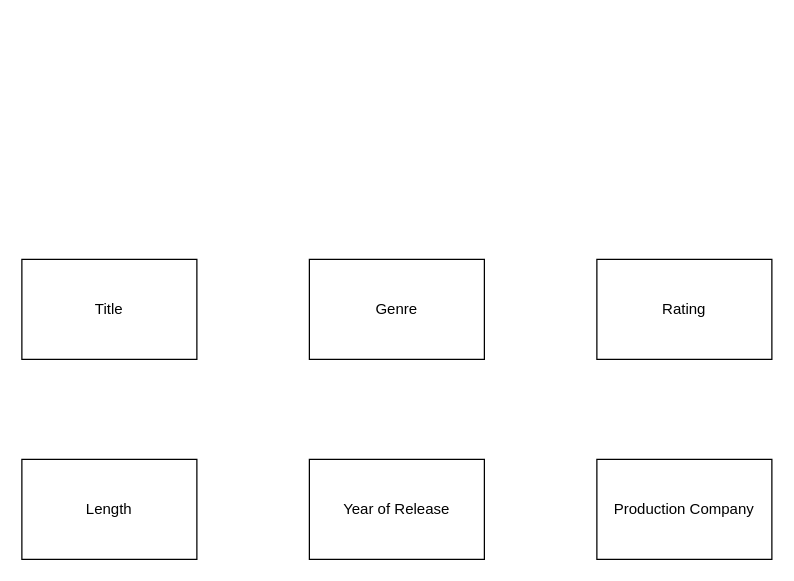
William-BC-CA/CPSC2221_ER_Modelling keeps this draw.io diagram as CPSC 2221 Lab 1.drawio. Above is the earlier version. Source tidied: cells renumbered, new cells numbered last; positions are measured from the earlier drawing's top-left corner, leaving out a move shared by most shapes. Both pictures are drawn from the tidied source at 125%, with x=0, y=0 at pixel (21, 259).
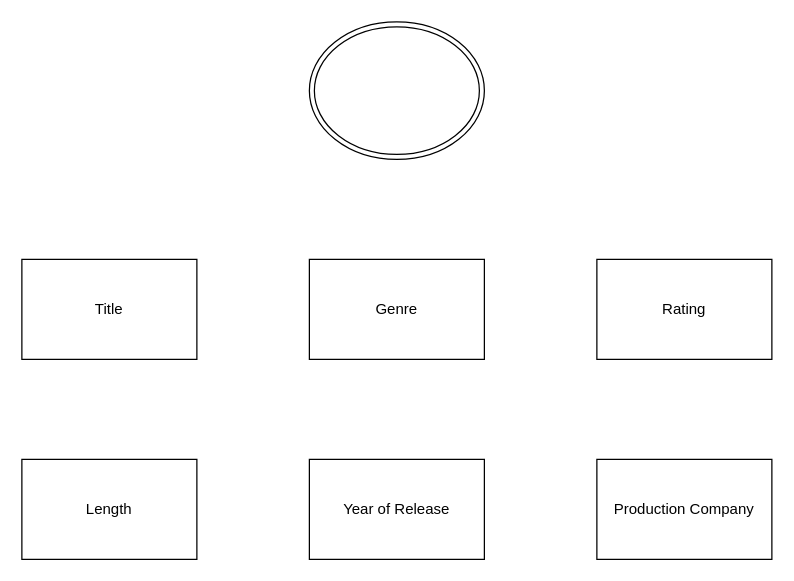
Above is the later version.

Change to the diagram source:
```diff
@@
 <mxGraphModel>
   <root>
     <mxCell id="0" />
     <mxCell id="1" parent="0" />
     <mxCell id="2" value="Title" style="rounded=0;whiteSpace=wrap;html=1;" parent="1" vertex="1">
       <mxGeometry width="140" height="80" as="geometry" />
     </mxCell>
     <mxCell id="3" value="Genre" style="rounded=0;whiteSpace=wrap;html=1;" parent="1" vertex="1">
       <mxGeometry x="230" width="140" height="80" as="geometry" />
     </mxCell>
     <mxCell id="4" value="Rating" style="rounded=0;whiteSpace=wrap;html=1;" parent="1" vertex="1">
       <mxGeometry x="460" width="140" height="80" as="geometry" />
     </mxCell>
     <mxCell id="5" value="Year of Release" style="rounded=0;whiteSpace=wrap;html=1;" parent="1" vertex="1">
       <mxGeometry x="230" y="160" width="140" height="80" as="geometry" />
     </mxCell>
     <mxCell id="6" value="Length" style="rounded=0;whiteSpace=wrap;html=1;" parent="1" vertex="1">
       <mxGeometry y="160" width="140" height="80" as="geometry" />
     </mxCell>
     <mxCell id="7" value="Production Company" style="rounded=0;whiteSpace=wrap;html=1;" parent="1" vertex="1">
       <mxGeometry x="460" y="160" width="140" height="80" as="geometry" />
     </mxCell>
+    <mxCell id="8" style="ellipse;shape=doubleEllipse;whiteSpace=wrap;html=1;" parent="1" vertex="1">
+      <mxGeometry x="230" y="-190" width="140" height="110" as="geometry" />
+    </mxCell>
   </root>
 </mxGraphModel>
```
